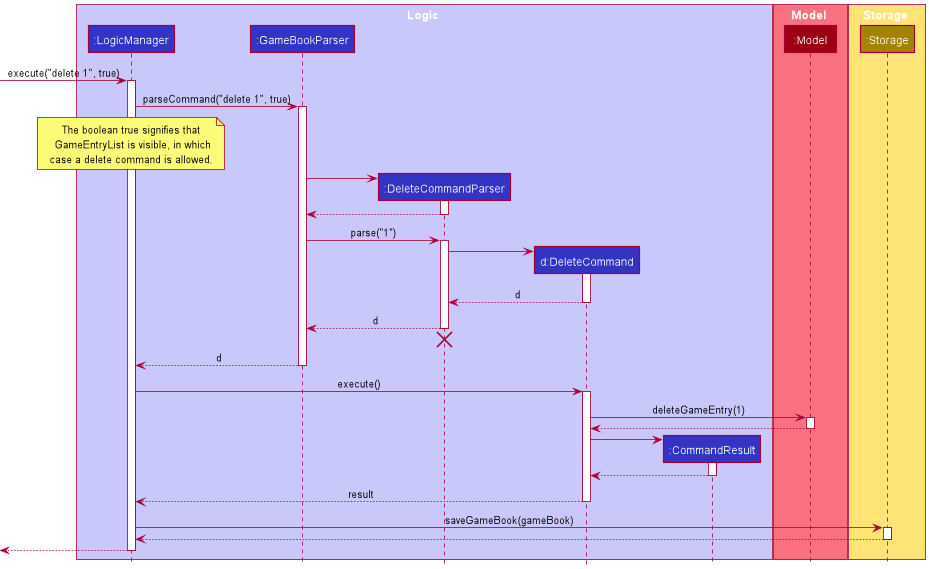
Before: docs/images/DeleteSequenceDiagramLogic.png, a diagram exported from PlantUML (yzhilong/tp).
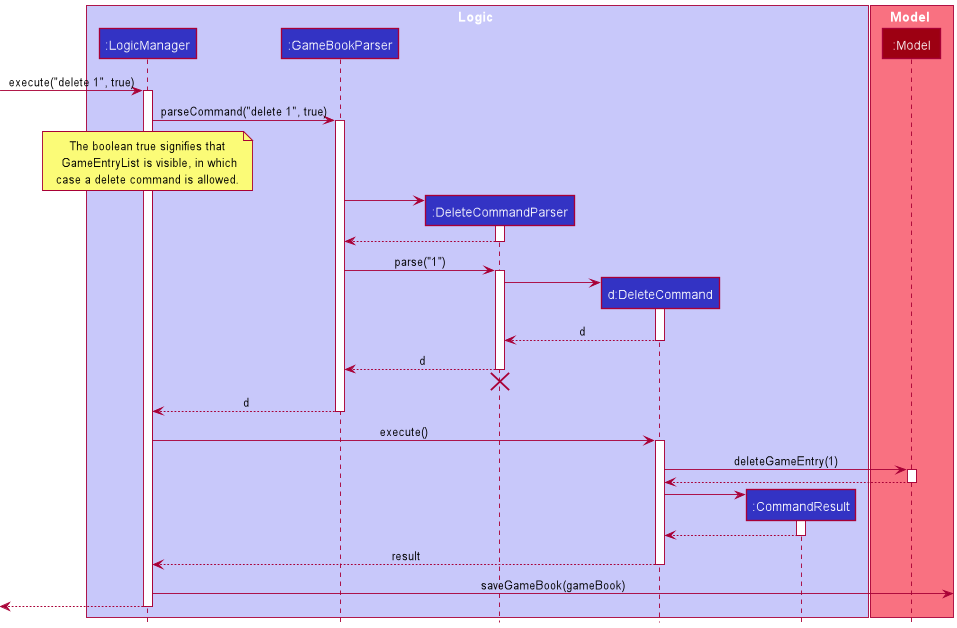
After the change.

Commit message:
Resize diagram

Change to the diagram source:
```diff
@@ -12,10 +12,6 @@
 
 box Model MODEL_COLOR_T1
 participant ":Model" as Model MODEL_COLOR
-end box
-
-box Storage STORAGE_COLOR_T1
-participant ":Storage" as Storage STORAGE_COLOR
 end box
 
 [-> LogicManager : execute("delete 1", true)
@@ -74,11 +70,7 @@
 DeleteCommand --> LogicManager : result
 deactivate DeleteCommand
 
-LogicManager -> Storage : saveGameBook(gameBook)
-activate Storage
-
-Storage --> LogicManager
-deactivate
+LogicManager ->]: saveGameBook(gameBook)
 
 [<--LogicManager
 deactivate LogicManager
```
